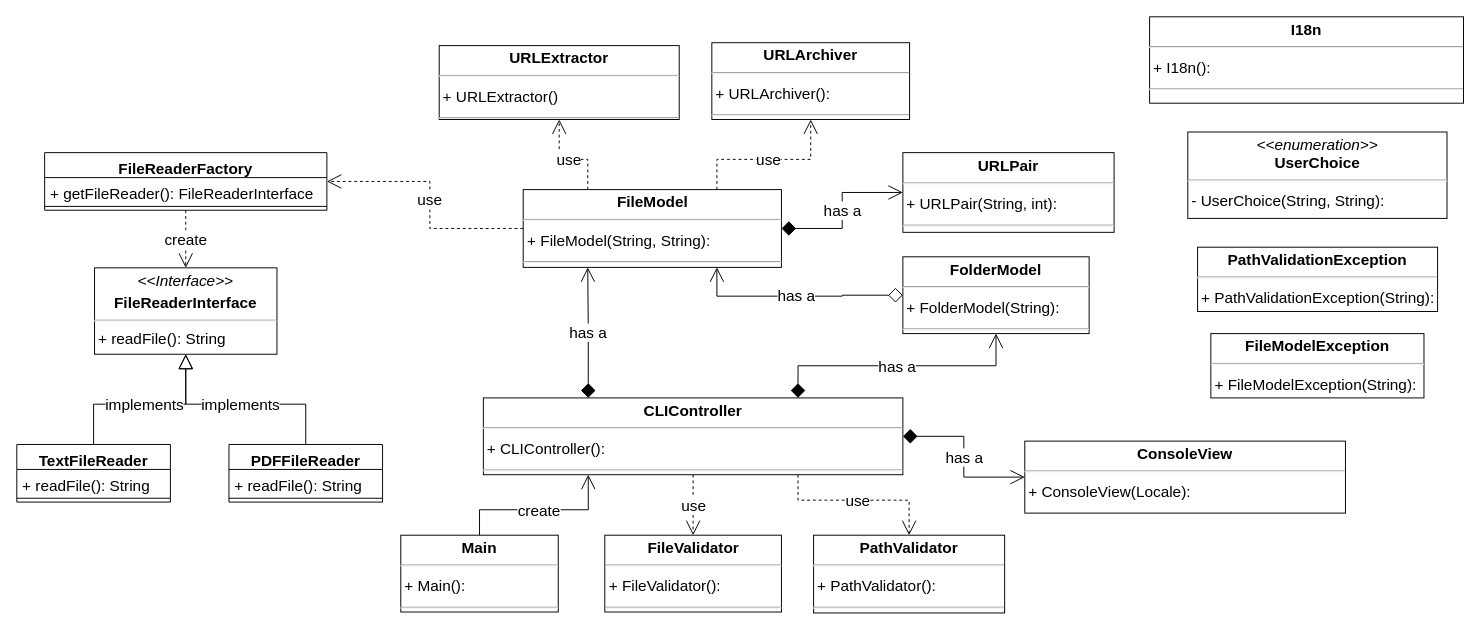
Above: page "Presentation_0" (2 of 11) of report/diagrams/URL_Archiver_Class_Diagram.drawio in devobern/URL-Archiver (draw.io), before the change. Source tidied: cells renumbered, new cells numbered last; positions are measured from the earlier drawing's top-left corner, leaving out a move shared by most shapes. Both pictures are drawn from the tidied source at 96%, with x=0, y=0 at pixel (16, 16).
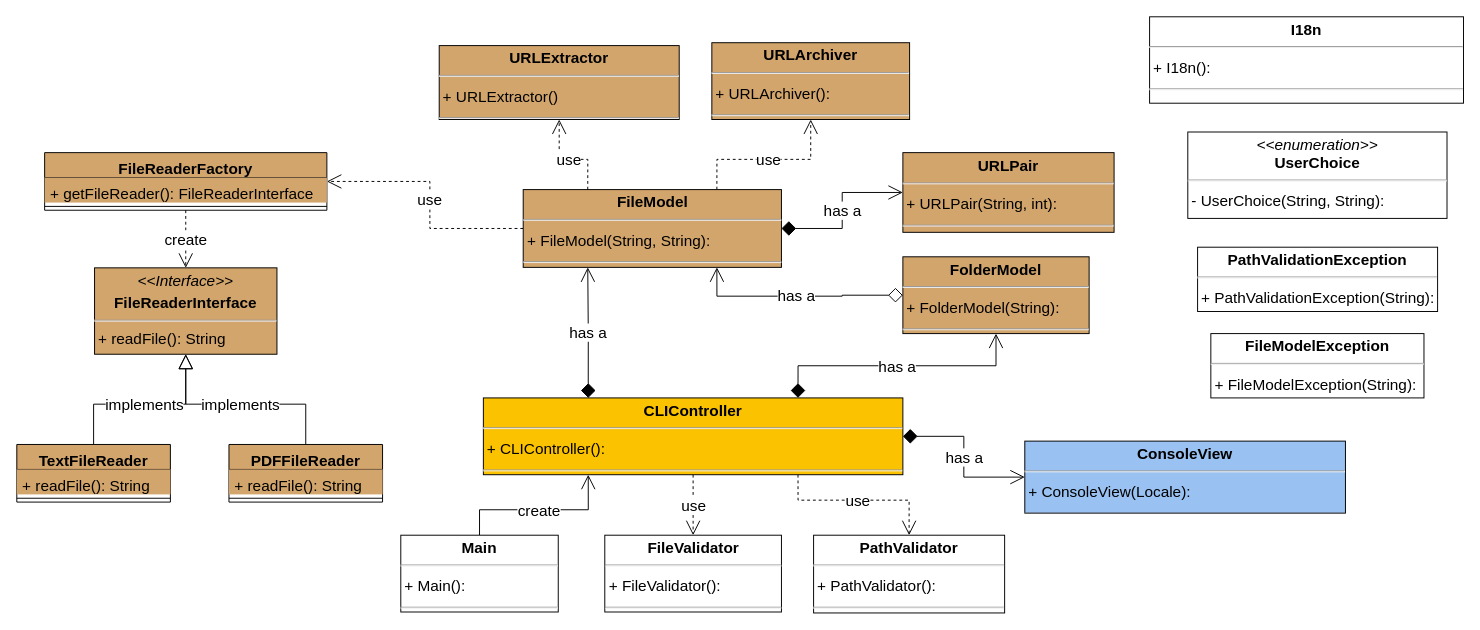
After the change.

The edit, as a diff of the source:
```diff
@@
-    <mxCell id="6" value="&lt;p style=&quot;margin: 4px 0px 0px; text-align: center; font-size: 16px;&quot;&gt;&lt;b style=&quot;font-size: 16px;&quot;&gt;FileModel&lt;/b&gt;&lt;/p&gt;&lt;hr style=&quot;font-size: 16px;&quot;&gt;&lt;p style=&quot;margin: 0px 0px 0px 4px; line-height: 1.6; font-size: 16px;&quot;&gt;+ FileModel(String, String): &lt;/p&gt;&lt;hr style=&quot;font-size: 16px;&quot;&gt;" style="verticalAlign=top;align=left;overflow=fill;fontSize=16;fontFamily=Helvetica;html=1;rounded=0;shadow=0;comic=0;labelBackgroundColor=none;strokeWidth=1;" parent="1" vertex="1">
+    <mxCell id="6" value="&lt;p style=&quot;margin: 4px 0px 0px; text-align: center; font-size: 16px;&quot;&gt;&lt;b style=&quot;font-size: 16px;&quot;&gt;FileModel&lt;/b&gt;&lt;/p&gt;&lt;hr style=&quot;font-size: 16px;&quot;&gt;&lt;p style=&quot;margin: 0px 0px 0px 4px; line-height: 1.6; font-size: 16px;&quot;&gt;+ FileModel(String, String): &lt;/p&gt;&lt;hr style=&quot;font-size: 16px;&quot;&gt;" style="verticalAlign=top;align=left;overflow=fill;fontSize=16;fontFamily=Helvetica;html=1;rounded=0;shadow=0;comic=0;labelBackgroundColor=none;strokeWidth=1;fillColor=#d2a56d;" parent="1" vertex="1">
       <mxGeometry x="527.5" y="180" width="269" height="81" as="geometry" />
     </mxCell>
-    <mxCell id="7" value="&lt;p style=&quot;margin: 4px 0px 0px; text-align: center; font-size: 16px;&quot;&gt;&lt;b style=&quot;font-size: 16px;&quot;&gt;URLPair&lt;/b&gt;&lt;/p&gt;&lt;hr style=&quot;font-size: 16px;&quot;&gt;&lt;p style=&quot;margin: 0px 0px 0px 4px; line-height: 1.6; font-size: 16px;&quot;&gt;+ URLPair(String, int): &lt;/p&gt;&lt;hr style=&quot;font-size: 16px;&quot;&gt;" style="verticalAlign=top;align=left;overflow=fill;fontSize=16;fontFamily=Helvetica;html=1;rounded=0;shadow=0;comic=0;labelBackgroundColor=none;strokeWidth=1;" parent="1" vertex="1">
+    <mxCell id="7" value="&lt;p style=&quot;margin: 4px 0px 0px; text-align: center; font-size: 16px;&quot;&gt;&lt;b style=&quot;font-size: 16px;&quot;&gt;URLPair&lt;/b&gt;&lt;/p&gt;&lt;hr style=&quot;font-size: 16px;&quot;&gt;&lt;p style=&quot;margin: 0px 0px 0px 4px; line-height: 1.6; font-size: 16px;&quot;&gt;+ URLPair(String, int): &lt;/p&gt;&lt;hr style=&quot;font-size: 16px;&quot;&gt;" style="verticalAlign=top;align=left;overflow=fill;fontSize=16;fontFamily=Helvetica;html=1;rounded=0;shadow=0;comic=0;labelBackgroundColor=none;strokeWidth=1;fillColor=#D2A56D;" parent="1" vertex="1">
       <mxGeometry x="923" y="141.5" width="220" height="83" as="geometry" />
     </mxCell>
-    <mxCell id="8" value="&lt;p style=&quot;margin: 4px 0px 0px; text-align: center; font-size: 16px;&quot;&gt;&lt;i style=&quot;font-size: 16px;&quot;&gt;&amp;lt;&amp;lt;Interface&amp;gt;&amp;gt;&lt;/i&gt;&lt;/p&gt;&lt;p style=&quot;margin: 4px 0px 0px; text-align: center; font-size: 16px;&quot;&gt;&lt;b style=&quot;font-size: 16px;&quot;&gt;FileReaderInterface&lt;/b&gt;&lt;br style=&quot;font-size: 16px;&quot;&gt;&lt;/p&gt;&lt;hr style=&quot;font-size: 16px;&quot;&gt;&lt;p style=&quot;margin: 0px 0px 0px 4px; font-size: 16px;&quot;&gt;+ readFile(): String&lt;br style=&quot;font-size: 16px;&quot;&gt;&lt;/p&gt;&lt;hr style=&quot;font-size: 16px;&quot;&gt;&lt;p style=&quot;margin: 0px 0px 0px 4px; font-size: 16px;&quot;&gt;&lt;br style=&quot;font-size: 16px;&quot;&gt;&lt;/p&gt;" style="verticalAlign=top;align=left;overflow=fill;fontSize=16;fontFamily=Helvetica;html=1;whiteSpace=wrap;" parent="1" vertex="1">
+    <mxCell id="8" value="&lt;p style=&quot;margin: 4px 0px 0px; text-align: center; font-size: 16px;&quot;&gt;&lt;i style=&quot;font-size: 16px;&quot;&gt;&amp;lt;&amp;lt;Interface&amp;gt;&amp;gt;&lt;/i&gt;&lt;/p&gt;&lt;p style=&quot;margin: 4px 0px 0px; text-align: center; font-size: 16px;&quot;&gt;&lt;b style=&quot;font-size: 16px;&quot;&gt;FileReaderInterface&lt;/b&gt;&lt;br style=&quot;font-size: 16px;&quot;&gt;&lt;/p&gt;&lt;hr style=&quot;font-size: 16px;&quot;&gt;&lt;p style=&quot;margin: 0px 0px 0px 4px; font-size: 16px;&quot;&gt;+ readFile(): String&lt;br style=&quot;font-size: 16px;&quot;&gt;&lt;/p&gt;&lt;hr style=&quot;font-size: 16px;&quot;&gt;&lt;p style=&quot;margin: 0px 0px 0px 4px; font-size: 16px;&quot;&gt;&lt;br style=&quot;font-size: 16px;&quot;&gt;&lt;/p&gt;" style="verticalAlign=top;align=left;overflow=fill;fontSize=16;fontFamily=Helvetica;html=1;whiteSpace=wrap;fillColor=#D2A56D;" parent="1" vertex="1">
       <mxGeometry x="81" y="261.5" width="190" height="90" as="geometry" />
     </mxCell>
@@
-    <mxCell id="10" value="TextFileReader" style="swimlane;fontStyle=1;align=center;verticalAlign=top;horizontal=1;startSize=26;whiteSpace=wrap;html=1;fontSize=16;" parent="1" vertex="1">
+    <mxCell id="10" value="TextFileReader" style="swimlane;fontStyle=1;align=center;verticalAlign=top;horizontal=1;startSize=26;whiteSpace=wrap;html=1;fontSize=16;fillColor=#D2A56D;" parent="1" vertex="1">
       <mxGeometry y="445.5" width="160" height="60" as="geometry" />
     </mxCell>
-    <mxCell id="11" value="+ readFile(): String" style="text;strokeColor=none;fillColor=none;align=left;verticalAlign=top;spacingLeft=4;spacingRight=4;overflow=hidden;whiteSpace=wrap;html=1;fontSize=16;" parent="10" vertex="1">
+    <mxCell id="11" value="+ readFile(): String" style="text;strokeColor=none;fillColor=#D2A56D;align=left;verticalAlign=top;spacingLeft=4;spacingRight=4;overflow=hidden;whiteSpace=wrap;html=1;fontSize=16;" parent="10" vertex="1">
       <mxGeometry y="26" width="160" height="26" as="geometry" />
     </mxCell>
@@
-    <mxCell id="14" value="PDFFileReader" style="swimlane;fontStyle=1;align=center;verticalAlign=top;horizontal=1;startSize=26;whiteSpace=wrap;html=1;fontSize=16;" parent="1" vertex="1">
+    <mxCell id="14" value="PDFFileReader" style="swimlane;fontStyle=1;align=center;verticalAlign=top;horizontal=1;startSize=26;whiteSpace=wrap;html=1;fontSize=16;fillColor=#D2A56D;" parent="1" vertex="1">
       <mxGeometry x="221" y="445.5" width="160" height="60" as="geometry" />
     </mxCell>
-    <mxCell id="15" value="+ readFile(): String" style="text;strokeColor=none;fillColor=none;align=left;verticalAlign=top;spacingLeft=4;spacingRight=4;overflow=hidden;whiteSpace=wrap;html=1;fontSize=16;" parent="14" vertex="1">
+    <mxCell id="15" value="+ readFile(): String" style="text;strokeColor=none;fillColor=#D2A56D;align=left;verticalAlign=top;spacingLeft=4;spacingRight=4;overflow=hidden;whiteSpace=wrap;html=1;fontSize=16;" parent="14" vertex="1">
       <mxGeometry y="26" width="160" height="26" as="geometry" />
     </mxCell>
@@
-    <mxCell id="18" value="FileReaderFactory" style="swimlane;fontStyle=1;align=center;verticalAlign=top;horizontal=1;startSize=26;whiteSpace=wrap;html=1;fontSize=16;" parent="1" vertex="1">
+    <mxCell id="18" value="FileReaderFactory" style="swimlane;fontStyle=1;align=center;verticalAlign=top;horizontal=1;startSize=26;whiteSpace=wrap;html=1;fontSize=16;fillColor=#D2A56D;" parent="1" vertex="1">
       <mxGeometry x="29" y="141.5" width="294" height="60" as="geometry" />
     </mxCell>
-    <mxCell id="19" value="+ getFileReader(): FileReaderInterface" style="text;strokeColor=none;fillColor=none;align=left;verticalAlign=top;spacingLeft=4;spacingRight=4;overflow=hidden;whiteSpace=wrap;html=1;fontSize=16;" parent="18" vertex="1">
+    <mxCell id="19" value="+ getFileReader(): FileReaderInterface" style="text;strokeColor=none;fillColor=#D2A56D;align=left;verticalAlign=top;spacingLeft=4;spacingRight=4;overflow=hidden;whiteSpace=wrap;html=1;fontSize=16;" parent="18" vertex="1">
       <mxGeometry y="26" width="294" height="26" as="geometry" />
     </mxCell>
@@
-    <mxCell id="21" value="&lt;p style=&quot;margin: 4px 0px 0px; text-align: center; font-size: 16px;&quot;&gt;&lt;b style=&quot;font-size: 16px;&quot;&gt;FolderModel&lt;/b&gt;&lt;/p&gt;&lt;hr style=&quot;font-size: 16px;&quot;&gt;&lt;p style=&quot;margin: 0px 0px 0px 4px; line-height: 1.6; font-size: 16px;&quot;&gt;+ FolderModel(String): &lt;/p&gt;&lt;hr style=&quot;font-size: 16px;&quot;&gt;" style="verticalAlign=top;align=left;overflow=fill;fontSize=16;fontFamily=Helvetica;html=1;rounded=0;shadow=0;comic=0;labelBackgroundColor=none;strokeWidth=1;" parent="1" vertex="1">
+    <mxCell id="21" value="&lt;p style=&quot;margin: 4px 0px 0px; text-align: center; font-size: 16px;&quot;&gt;&lt;b style=&quot;font-size: 16px;&quot;&gt;FolderModel&lt;/b&gt;&lt;/p&gt;&lt;hr style=&quot;font-size: 16px;&quot;&gt;&lt;p style=&quot;margin: 0px 0px 0px 4px; line-height: 1.6; font-size: 16px;&quot;&gt;+ FolderModel(String): &lt;/p&gt;&lt;hr style=&quot;font-size: 16px;&quot;&gt;" style="verticalAlign=top;align=left;overflow=fill;fontSize=16;fontFamily=Helvetica;html=1;rounded=0;shadow=0;comic=0;labelBackgroundColor=none;strokeWidth=1;fillColor=#D2A56D;" parent="1" vertex="1">
       <mxGeometry x="923" y="250" width="194" height="80" as="geometry" />
     </mxCell>
@@
-    <mxCell id="28" value="&lt;p style=&quot;margin: 4px 0px 0px; text-align: center; font-size: 16px;&quot;&gt;&lt;b style=&quot;font-size: 16px;&quot;&gt;CLIController&lt;/b&gt;&lt;/p&gt;&lt;hr style=&quot;font-size: 16px;&quot;&gt;&lt;p style=&quot;margin: 0px 0px 0px 4px; line-height: 1.6; font-size: 16px;&quot;&gt;+ CLIController(): &lt;/p&gt;&lt;hr style=&quot;font-size: 16px;&quot;&gt;" style="verticalAlign=top;align=left;overflow=fill;fontSize=16;fontFamily=Helvetica;html=1;rounded=0;shadow=0;comic=0;labelBackgroundColor=none;strokeWidth=1;" parent="1" vertex="1">
+    <mxCell id="28" value="&lt;p style=&quot;margin: 4px 0px 0px; text-align: center; font-size: 16px;&quot;&gt;&lt;b style=&quot;font-size: 16px;&quot;&gt;CLIController&lt;/b&gt;&lt;/p&gt;&lt;hr style=&quot;font-size: 16px;&quot;&gt;&lt;p style=&quot;margin: 0px 0px 0px 4px; line-height: 1.6; font-size: 16px;&quot;&gt;+ CLIController(): &lt;/p&gt;&lt;hr style=&quot;font-size: 16px;&quot;&gt;" style="verticalAlign=top;align=left;overflow=fill;fontSize=16;fontFamily=Helvetica;html=1;rounded=0;shadow=0;comic=0;labelBackgroundColor=none;strokeWidth=1;fillColor=#fbc200;" parent="1" vertex="1">
       <mxGeometry x="486" y="397" width="437" height="80" as="geometry" />
     </mxCell>
@@
-    <mxCell id="31" value="&lt;p style=&quot;margin: 4px 0px 0px; text-align: center; font-size: 16px;&quot;&gt;&lt;b style=&quot;font-size: 16px;&quot;&gt;URLExtractor&lt;/b&gt;&lt;/p&gt;&lt;hr style=&quot;font-size: 16px;&quot;&gt;&lt;p style=&quot;margin: 0px 0px 0px 4px; line-height: 1.6; font-size: 16px;&quot;&gt;+ URLExtractor() &lt;/p&gt;&lt;hr style=&quot;font-size: 16px;&quot;&gt;" style="verticalAlign=top;align=left;overflow=fill;fontSize=16;fontFamily=Helvetica;html=1;rounded=0;shadow=0;comic=0;labelBackgroundColor=none;strokeWidth=1;" parent="1" vertex="1">
+    <mxCell id="31" value="&lt;p style=&quot;margin: 4px 0px 0px; text-align: center; font-size: 16px;&quot;&gt;&lt;b style=&quot;font-size: 16px;&quot;&gt;URLExtractor&lt;/b&gt;&lt;/p&gt;&lt;hr style=&quot;font-size: 16px;&quot;&gt;&lt;p style=&quot;margin: 0px 0px 0px 4px; line-height: 1.6; font-size: 16px;&quot;&gt;+ URLExtractor() &lt;/p&gt;&lt;hr style=&quot;font-size: 16px;&quot;&gt;" style="verticalAlign=top;align=left;overflow=fill;fontSize=16;fontFamily=Helvetica;html=1;rounded=0;shadow=0;comic=0;labelBackgroundColor=none;strokeWidth=1;fillColor=#D2A56D;" parent="1" vertex="1">
       <mxGeometry x="440" y="30" width="250" height="77" as="geometry" />
     </mxCell>
-    <mxCell id="32" value="&lt;p style=&quot;margin: 4px 0px 0px; text-align: center; font-size: 16px;&quot;&gt;&lt;b style=&quot;font-size: 16px;&quot;&gt;URLArchiver&lt;/b&gt;&lt;/p&gt;&lt;hr style=&quot;font-size: 16px;&quot;&gt;&lt;p style=&quot;margin: 0px 0px 0px 4px; line-height: 1.6; font-size: 16px;&quot;&gt;+ URLArchiver(): &lt;/p&gt;&lt;hr style=&quot;font-size: 16px;&quot;&gt;" style="verticalAlign=top;align=left;overflow=fill;fontSize=16;fontFamily=Helvetica;html=1;rounded=0;shadow=0;comic=0;labelBackgroundColor=none;strokeWidth=1;" parent="1" vertex="1">
+    <mxCell id="32" value="&lt;p style=&quot;margin: 4px 0px 0px; text-align: center; font-size: 16px;&quot;&gt;&lt;b style=&quot;font-size: 16px;&quot;&gt;URLArchiver&lt;/b&gt;&lt;/p&gt;&lt;hr style=&quot;font-size: 16px;&quot;&gt;&lt;p style=&quot;margin: 0px 0px 0px 4px; line-height: 1.6; font-size: 16px;&quot;&gt;+ URLArchiver(): &lt;/p&gt;&lt;hr style=&quot;font-size: 16px;&quot;&gt;" style="verticalAlign=top;align=left;overflow=fill;fontSize=16;fontFamily=Helvetica;html=1;rounded=0;shadow=0;comic=0;labelBackgroundColor=none;strokeWidth=1;fillColor=#D2A56D;" parent="1" vertex="1">
       <mxGeometry x="724" y="27" width="206" height="80" as="geometry" />
     </mxCell>
@@
-    <mxCell id="39" value="&lt;p style=&quot;margin: 4px 0px 0px; text-align: center; font-size: 16px;&quot;&gt;&lt;b style=&quot;font-size: 16px;&quot;&gt;ConsoleView&lt;/b&gt;&lt;/p&gt;&lt;hr style=&quot;font-size: 16px;&quot;&gt;&lt;p style=&quot;margin: 0px 0px 0px 4px; line-height: 1.6; font-size: 16px;&quot;&gt;+ ConsoleView(Locale): &lt;/p&gt;&lt;hr style=&quot;font-size: 16px;&quot;&gt;" style="verticalAlign=top;align=left;overflow=fill;fontSize=16;fontFamily=Helvetica;html=1;rounded=0;shadow=0;comic=0;labelBackgroundColor=none;strokeWidth=1;" parent="1" vertex="1">
+    <mxCell id="39" value="&lt;p style=&quot;margin: 4px 0px 0px; text-align: center; font-size: 16px;&quot;&gt;&lt;b style=&quot;font-size: 16px;&quot;&gt;ConsoleView&lt;/b&gt;&lt;/p&gt;&lt;hr style=&quot;font-size: 16px;&quot;&gt;&lt;p style=&quot;margin: 0px 0px 0px 4px; line-height: 1.6; font-size: 16px;&quot;&gt;+ ConsoleView(Locale): &lt;/p&gt;&lt;hr style=&quot;font-size: 16px;&quot;&gt;" style="verticalAlign=top;align=left;overflow=fill;fontSize=16;fontFamily=Helvetica;html=1;rounded=0;shadow=0;comic=0;labelBackgroundColor=none;strokeWidth=1;fillColor=#99c1f1;" parent="1" vertex="1">
       <mxGeometry x="1050" y="442" width="334" height="75" as="geometry" />
     </mxCell>
```
